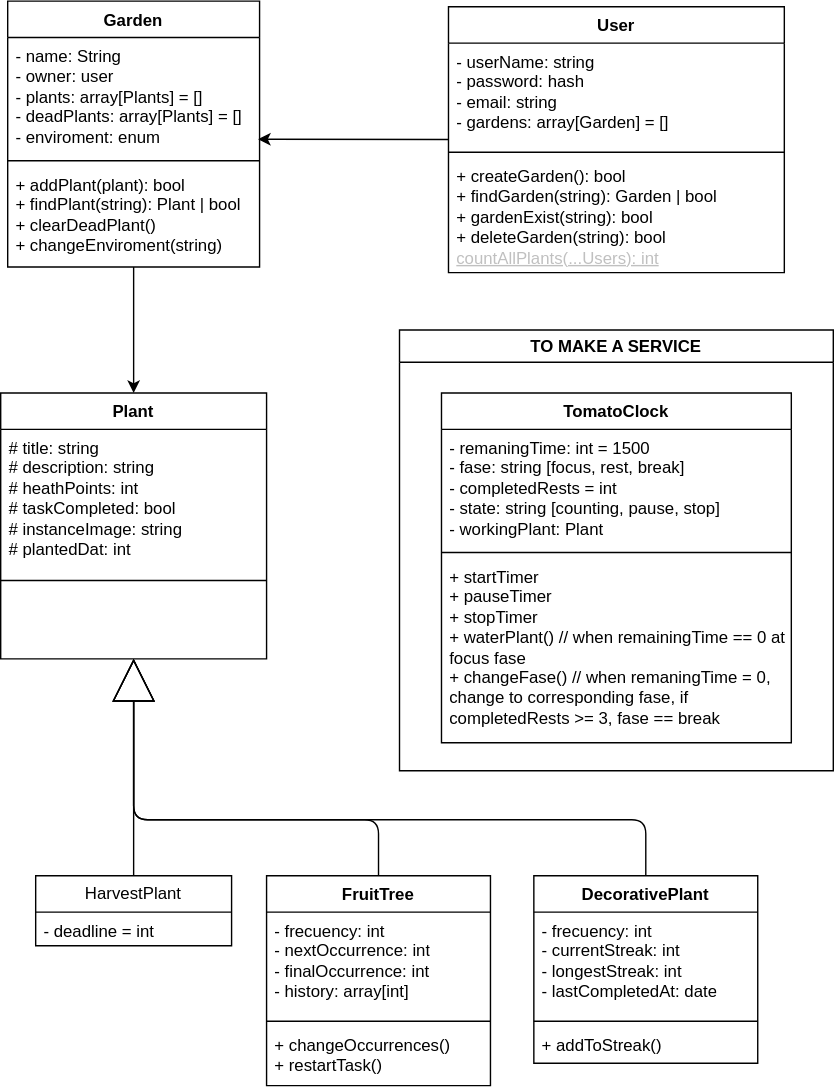
This is utils/uml-pomodoro-garden.drawio.svg from danielmoralesar/pomodoro-garden, a draw.io export, as it was before one commit. Source tidied: cells renumbered, new cells last; positions are measured from the earlier drawing's top-left corner, leaving out a move shared by most shapes.
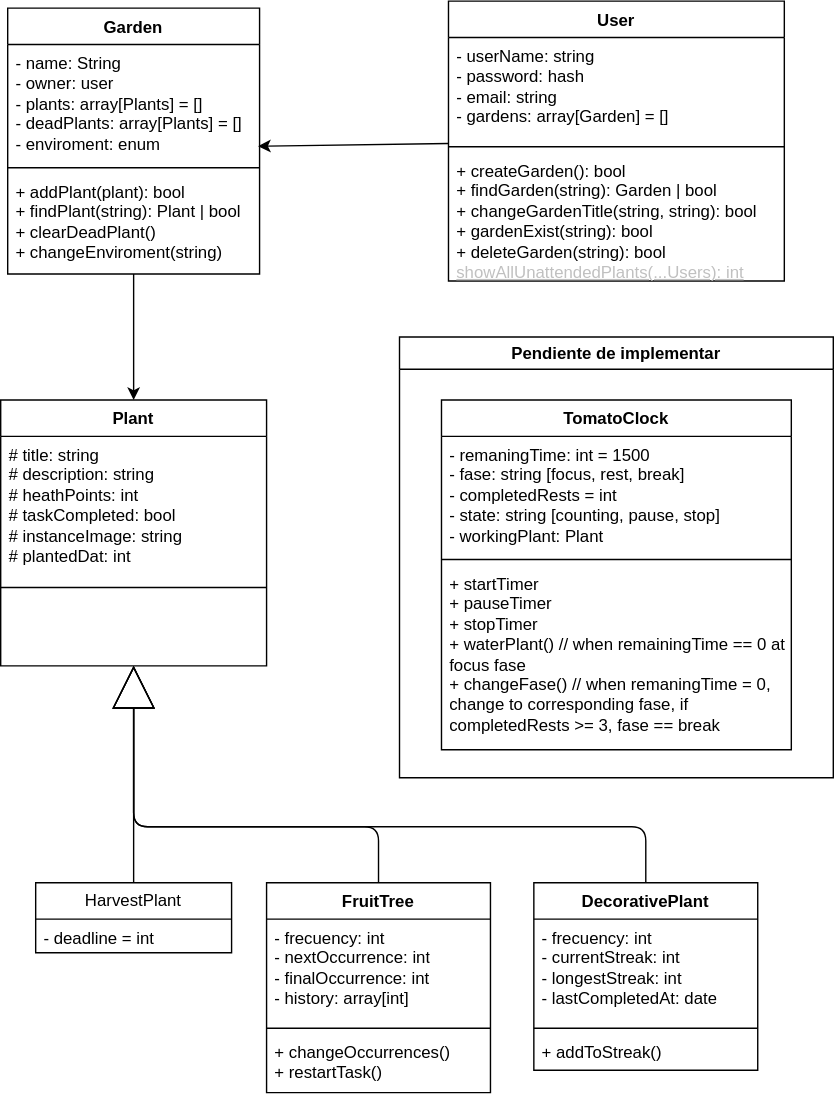
After the commit.

Commit message:
pending to xplain Garden and Plants methods, then css the index

The edit, as a diff of the source:
```diff
@@ -79,7 +79,7 @@
       <mxGeometry y="118" width="180" height="72" as="geometry" />
     </mxCell>
     <mxCell id="24" value="User" style="swimlane;fontStyle=1;align=center;verticalAlign=top;horizontal=1;startSize=26;whiteSpace=wrap;html=1;" parent="1" vertex="1">
-      <mxGeometry x="320" y="4" width="240" height="190" as="geometry" />
+      <mxGeometry x="320" y="-5" width="240" height="200" as="geometry" />
     </mxCell>
     <mxCell id="25" value="- userName: string&lt;div&gt;- password: hash&lt;/div&gt;&lt;div&gt;- email: string&lt;/div&gt;&lt;div&gt;- gardens: array[Garden] = []&lt;/div&gt;&lt;div&gt;&lt;br&gt;&lt;/div&gt;" style="text;strokeColor=none;fillColor=none;align=left;verticalAlign=top;spacingLeft=4;spacingRight=4;overflow=hidden;whiteSpace=wrap;html=1;" parent="24" vertex="1">
       <mxGeometry y="26" width="240" height="74" as="geometry" />
@@ -87,13 +87,13 @@
     <mxCell id="26" style="line;strokeWidth=1;fillColor=none;align=left;verticalAlign=middle;spacingTop=-1;spacingLeft=3;spacingRight=3;labelPosition=right;strokeColor=inherit;" parent="24" vertex="1">
       <mxGeometry y="100" width="240" height="8" as="geometry" />
     </mxCell>
-    <mxCell id="27" value="&lt;div&gt;&lt;span style=&quot;background-color: transparent;&quot;&gt;&lt;font style=&quot;color: rgb(0, 0, 0);&quot;&gt;+ createGarden(): bool&amp;nbsp;&lt;/font&gt;&lt;/span&gt;&lt;/div&gt;&lt;div&gt;&lt;font style=&quot;color: rgb(0, 0, 0);&quot;&gt;+ findGarden(string): Garden | bool&lt;/font&gt;&lt;/div&gt;&lt;div&gt;&lt;font style=&quot;color: rgb(0, 0, 0);&quot;&gt;+ gardenExist(string): bool&lt;br&gt;&lt;/font&gt;&lt;div&gt;&lt;font style=&quot;color: rgb(0, 0, 0);&quot;&gt;+ deleteGarden(string): bool&lt;/font&gt;&lt;/div&gt;&lt;div&gt;&lt;font style=&quot;color: rgb(192, 192, 192);&quot;&gt;&lt;u style=&quot;scrollbar-color: rgb(75, 75, 75) rgb(27, 29, 30);&quot;&gt;countAllPlants(...Users): int&lt;/u&gt;&lt;/font&gt;&lt;/div&gt;&lt;div&gt;&lt;br&gt;&lt;/div&gt;&lt;/div&gt;" style="text;strokeColor=none;fillColor=none;align=left;verticalAlign=top;spacingLeft=4;spacingRight=4;overflow=hidden;whiteSpace=wrap;html=1;" parent="24" vertex="1">
-      <mxGeometry y="108" width="240" height="82" as="geometry" />
+    <mxCell id="27" value="&lt;div&gt;&lt;span style=&quot;background-color: transparent;&quot;&gt;&lt;font style=&quot;color: rgb(0, 0, 0);&quot;&gt;+ createGarden(): bool&amp;nbsp;&lt;/font&gt;&lt;/span&gt;&lt;/div&gt;&lt;div&gt;&lt;font style=&quot;color: rgb(0, 0, 0);&quot;&gt;+ findGarden(string): Garden | bool&lt;/font&gt;&lt;/div&gt;&lt;div&gt;&lt;font style=&quot;color: rgb(0, 0, 0);&quot;&gt;+ changeGardenTitle(string, string): bool&lt;/font&gt;&lt;/div&gt;&lt;div&gt;&lt;font style=&quot;color: rgb(0, 0, 0);&quot;&gt;+ gardenExist(string): bool&lt;br&gt;&lt;/font&gt;&lt;div&gt;&lt;font style=&quot;color: rgb(0, 0, 0);&quot;&gt;+ deleteGarden(string): bool&lt;/font&gt;&lt;/div&gt;&lt;div&gt;&lt;font style=&quot;color: rgb(192, 192, 192);&quot;&gt;&lt;u style=&quot;scrollbar-color: rgb(75, 75, 75) rgb(27, 29, 30);&quot;&gt;showAllUnattendedPlants(...Users): int&lt;/u&gt;&lt;/font&gt;&lt;/div&gt;&lt;div&gt;&lt;br&gt;&lt;/div&gt;&lt;/div&gt;" style="text;strokeColor=none;fillColor=none;align=left;verticalAlign=top;spacingLeft=4;spacingRight=4;overflow=hidden;whiteSpace=wrap;html=1;" parent="24" vertex="1">
+      <mxGeometry y="108" width="240" height="92" as="geometry" />
     </mxCell>
     <mxCell id="28" style="edgeStyle=none;html=1;entryX=0.994;entryY=0.865;entryDx=0;entryDy=0;entryPerimeter=0;" parent="1" edge="1" source="24" target="21">
       <mxGeometry relative="1" as="geometry" />
     </mxCell>
-    <mxCell id="29" value="TO MAKE A SERVICE" style="swimlane;whiteSpace=wrap;html=1;" parent="1" vertex="1">
+    <mxCell id="29" value="Pendiente de implementar" style="swimlane;whiteSpace=wrap;html=1;" parent="1" vertex="1">
       <mxGeometry x="285" y="235" width="310" height="315" as="geometry" />
     </mxCell>
     <mxCell id="30" value="TomatoClock" style="swimlane;fontStyle=1;align=center;verticalAlign=top;horizontal=1;startSize=26;whiteSpace=wrap;html=1;" parent="29" vertex="1">
```
